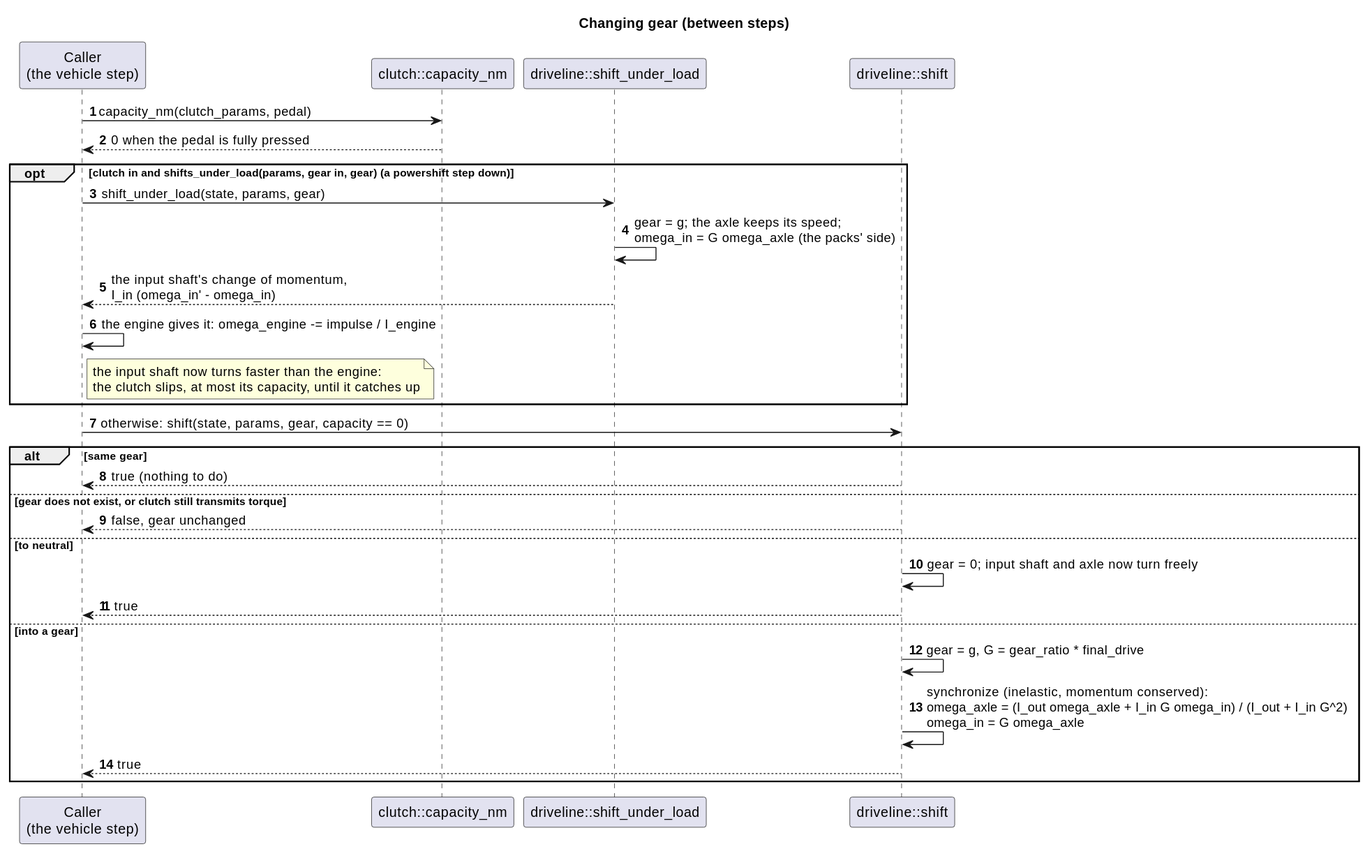
Above: docs/diagrams/svg/gear_shift_sequence.svg in wversteeg/TractorPulling (PlantUML), before the change. Source of this version:
```plantuml
@startuml
title Changing gear (between steps)
autonumber
participant "Caller\n(the vehicle step)" as Caller
participant "clutch::capacity_nm" as Capacity
participant "driveline::shift_under_load" as Load
participant "driveline::shift" as Shift

Caller -> Capacity : capacity_nm(clutch_params, pedal)
Capacity --> Caller : 0 when the pedal is fully pressed
opt clutch in and shifts_under_load(params, gear in, gear) (a powershift step down)
  Caller -> Load : shift_under_load(state, params, gear)
  Load -> Load : gear = g; the axle keeps its speed;\nomega_in = G omega_axle (the packs' side)
  Load --> Caller : the input shaft's change of momentum,\nI_in (omega_in' - omega_in)
  Caller -> Caller : the engine gives it: omega_engine -= impulse / I_engine
  note right of Caller : the input shaft now turns faster than the engine:\nthe clutch slips, at most its capacity, until it catches up
end
Caller -> Shift : otherwise: shift(state, params, gear, capacity == 0)
alt same gear
  Shift --> Caller : true (nothing to do)
else gear does not exist, or clutch still transmits torque
  Shift --> Caller : false, gear unchanged
else to neutral
  Shift -> Shift : gear = 0; input shaft and axle now turn freely
  Shift --> Caller : true
else into a gear
  Shift -> Shift : gear = g, G = gear_ratio * final_drive
  Shift -> Shift : synchronize (inelastic, momentum conserved):\nomega_axle = (I_out omega_axle + I_in G omega_in) / (I_out + I_in G^2)\nomega_in = G omega_axle
  Shift --> Caller : true
end
@enduml
```
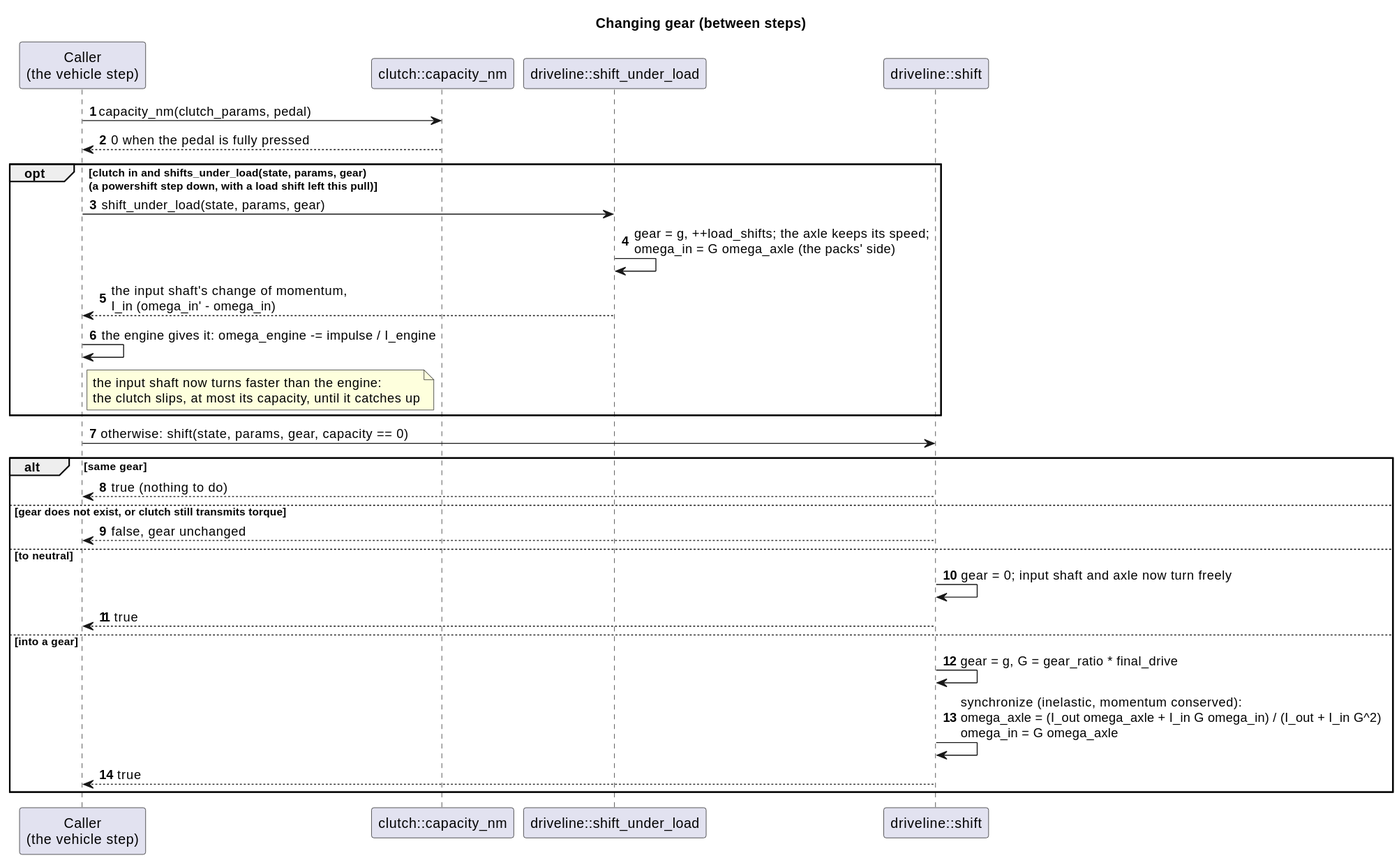
After the commit.

What changed in the source:
```diff
@@ -8,9 +8,9 @@
 
 Caller -> Capacity : capacity_nm(clutch_params, pedal)
 Capacity --> Caller : 0 when the pedal is fully pressed
-opt clutch in and shifts_under_load(params, gear in, gear) (a powershift step down)
+opt clutch in and shifts_under_load(state, params, gear)\n(a powershift step down, with a load shift left this pull)
   Caller -> Load : shift_under_load(state, params, gear)
-  Load -> Load : gear = g; the axle keeps its speed;\nomega_in = G omega_axle (the packs' side)
+  Load -> Load : gear = g, ++load_shifts; the axle keeps its speed;\nomega_in = G omega_axle (the packs' side)
   Load --> Caller : the input shaft's change of momentum,\nI_in (omega_in' - omega_in)
   Caller -> Caller : the engine gives it: omega_engine -= impulse / I_engine
   note right of Caller : the input shaft now turns faster than the engine:\nthe clutch slips, at most its capacity, until it catches up
```
